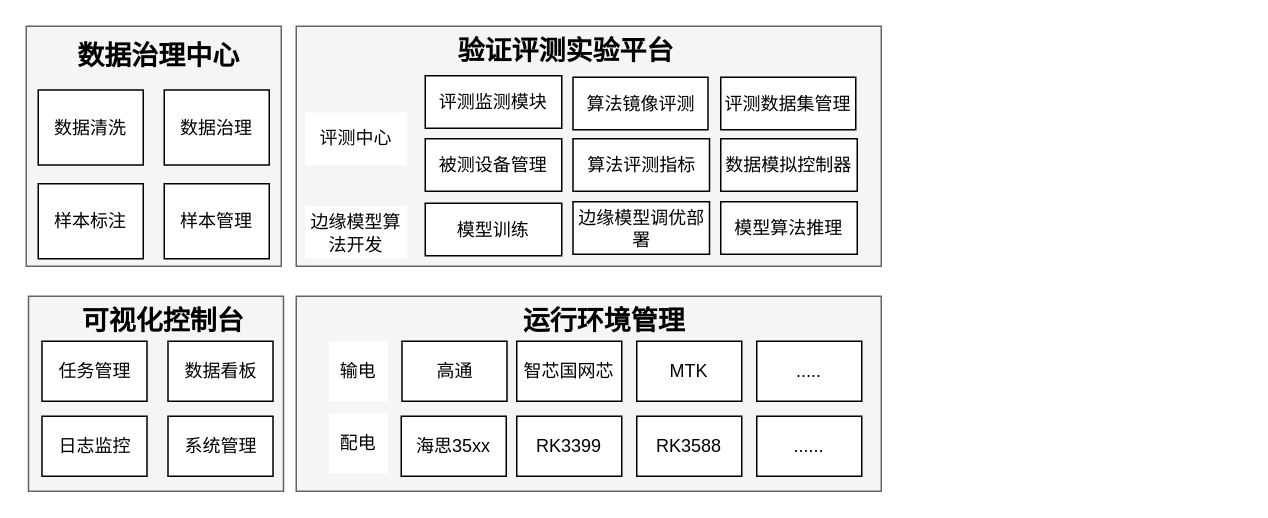
Earlier version of the draw.io diagram page "第 2 页" (2 of 2) of 验证实验评测平台4.0.drawio (paleblackless/diagrams). Source tidied: cells renumbered, new cells numbered last; positions are measured from the earlier drawing's top-left corner, leaving out a move shared by most shapes. Both pictures are drawn from the tidied source at 150%, with x=0, y=0 at pixel (26, 26).
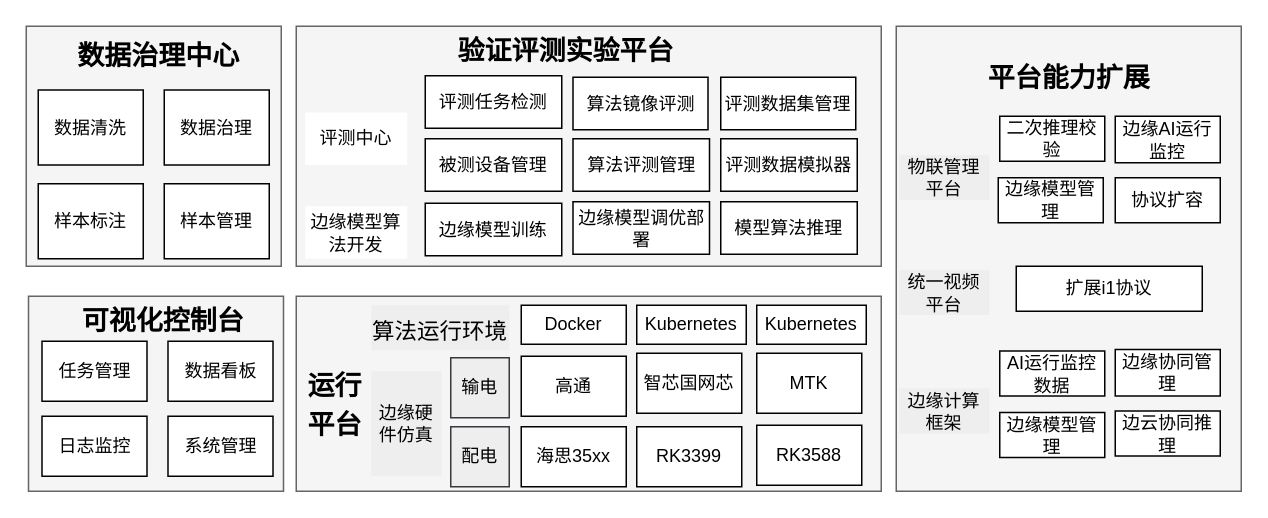
The same page after the edit.

Commit message (it also covers changes not shown here):
更新验证实验评测平台4.0.drawio

Unchanged cells that the change refers to:
```xml
<mxCell id="27" style="group;" parent="1" vertex="1">
  <mxGeometry x="180" width="390" height="160" as="geometry" />
</mxCell>
```

Diff of the diagram source:
```diff
@@
-    <mxCell id="10" value="&lt;font style=&quot;font-size: 18px;&quot;&gt;&lt;b&gt;运行环境管理&lt;/b&gt;&lt;/font&gt;" style="text;html=1;strokeColor=none;fillColor=none;align=center;verticalAlign=middle;whiteSpace=wrap;rounded=0;fontFamily=Helvetica;fontSize=21;" parent="1" vertex="1">
-      <mxGeometry x="311.5" y="180" width="147" height="30" as="geometry" />
+    <mxCell id="10" value="&lt;font style=&quot;font-size: 15px;&quot;&gt;算法运行环境&lt;/font&gt;" style="text;html=1;strokeColor=none;fillColor=#eeeeee;align=center;verticalAlign=middle;whiteSpace=wrap;rounded=0;fontFamily=Helvetica;fontSize=21;" parent="1" vertex="1">
+      <mxGeometry x="230" y="186" width="92" height="30" as="geometry" />
     </mxCell>
     <mxCell id="11" value="高通" style="rounded=0;whiteSpace=wrap;html=1;" parent="1" vertex="1">
-      <mxGeometry x="250.5" y="210" width="70" height="40" as="geometry" />
+      <mxGeometry x="330" y="220" width="70" height="40" as="geometry" />
     </mxCell>
     <mxCell id="12" value="智芯国网芯" style="rounded=0;whiteSpace=wrap;html=1;" parent="1" vertex="1">
-      <mxGeometry x="327" y="210" width="70" height="40" as="geometry" />
+      <mxGeometry x="407" y="218" width="70" height="40" as="geometry" />
     </mxCell>
     <mxCell id="13" value="MTK" style="rounded=0;whiteSpace=wrap;html=1;" parent="1" vertex="1">
-      <mxGeometry x="407" y="210" width="70" height="40" as="geometry" />
+      <mxGeometry x="487" y="218" width="70" height="40" as="geometry" />
     </mxCell>
     <mxCell id="14" value="海思35xx" style="rounded=0;whiteSpace=wrap;html=1;" parent="1" vertex="1">
-      <mxGeometry x="250" y="260" width="70" height="40" as="geometry" />
+      <mxGeometry x="330" y="267" width="70" height="40" as="geometry" />
     </mxCell>
     <mxCell id="15" value="RK3399" style="rounded=0;whiteSpace=wrap;html=1;" parent="1" vertex="1">
-      <mxGeometry x="327" y="260" width="70" height="40" as="geometry" />
+      <mxGeometry x="407" y="267" width="70" height="40" as="geometry" />
     </mxCell>
     <mxCell id="16" value="RK3588" style="rounded=0;whiteSpace=wrap;html=1;" parent="1" vertex="1">
-      <mxGeometry x="407" y="260" width="70" height="40" as="geometry" />
+      <mxGeometry x="487" y="266" width="70" height="40" as="geometry" />
     </mxCell>
-    <mxCell id="17" value="....." style="rounded=0;whiteSpace=wrap;html=1;" parent="1" vertex="1">
-      <mxGeometry x="487" y="210" width="70" height="40" as="geometry" />
-    </mxCell>
-    <mxCell id="18" value="......" style="rounded=0;whiteSpace=wrap;html=1;" parent="1" vertex="1">
-      <mxGeometry x="487" y="260" width="70" height="40" as="geometry" />
-    </mxCell>
-    <mxCell id="19" value="输电" style="rounded=0;whiteSpace=wrap;html=1;strokeColor=none;" parent="1" vertex="1">
-      <mxGeometry x="202" y="210" width="39" height="40" as="geometry" />
+    <mxCell id="19" value="输电" style="rounded=0;whiteSpace=wrap;html=1;strokeColor=#36393d;fillColor=#eeeeee;" parent="1" vertex="1">
+      <mxGeometry x="283" y="221" width="39" height="40" as="geometry" />
     </mxCell>
-    <mxCell id="20" value="配电" style="rounded=0;whiteSpace=wrap;html=1;strokeColor=none;" parent="1" vertex="1">
-      <mxGeometry x="202" y="258" width="39" height="40" as="geometry" />
+    <mxCell id="20" value="配电" style="rounded=0;whiteSpace=wrap;html=1;strokeColor=#36393d;fillColor=#eeeeee;" parent="1" vertex="1">
+      <mxGeometry x="283" y="267" width="39" height="40" as="geometry" />
     </mxCell>
@@
-    <mxCell id="31" value="评测监测模块" style="rounded=0;whiteSpace=wrap;html=1;strokeColor=default;" parent="27" vertex="1">
+    <mxCell id="31" value="评测任务检测" style="rounded=0;whiteSpace=wrap;html=1;strokeColor=default;" parent="27" vertex="1">
       <mxGeometry x="86" y="33" width="91" height="35" as="geometry" />
     </mxCell>
@@
-    <mxCell id="35" value="算法评测指标" style="rounded=0;whiteSpace=wrap;html=1;strokeColor=default;" parent="27" vertex="1">
+    <mxCell id="35" value="算法评测管理" style="rounded=0;whiteSpace=wrap;html=1;strokeColor=default;" parent="27" vertex="1">
       <mxGeometry x="184.5" y="75" width="91" height="35" as="geometry" />
     </mxCell>
-    <mxCell id="36" value="数据模拟控制器" style="rounded=0;whiteSpace=wrap;html=1;strokeColor=default;" parent="27" vertex="1">
+    <mxCell id="36" value="评测数据模拟器" style="rounded=0;whiteSpace=wrap;html=1;strokeColor=default;" parent="27" vertex="1">
       <mxGeometry x="283" y="75" width="91" height="35" as="geometry" />
     </mxCell>
@@
-    <mxCell id="38" value="模型训练" style="rounded=0;whiteSpace=wrap;html=1;strokeColor=default;" parent="27" vertex="1">
+    <mxCell id="38" value="边缘模型训练" style="rounded=0;whiteSpace=wrap;html=1;strokeColor=default;" parent="27" vertex="1">
       <mxGeometry x="86" y="118" width="91" height="35" as="geometry" />
     </mxCell>
@@
+    <mxCell id="41" value="Docker" style="rounded=0;whiteSpace=wrap;html=1;" parent="1" vertex="1">
+      <mxGeometry x="330" y="186" width="70" height="26" as="geometry" />
+    </mxCell>
+    <mxCell id="42" value="Kubernetes" style="rounded=0;whiteSpace=wrap;html=1;" parent="1" vertex="1">
+      <mxGeometry x="407" y="186" width="73" height="26" as="geometry" />
+    </mxCell>
+    <mxCell id="43" value="边缘硬件仿真" style="rounded=0;whiteSpace=wrap;html=1;strokeColor=none;fillColor=#eeeeee;" parent="1" vertex="1">
+      <mxGeometry x="230" y="230" width="46.9" height="70" as="geometry" />
+    </mxCell>
+    <mxCell id="44" value="Kubernetes" style="rounded=0;whiteSpace=wrap;html=1;" parent="1" vertex="1">
+      <mxGeometry x="487" y="186" width="73" height="26" as="geometry" />
+    </mxCell>
+    <mxCell id="45" value="&lt;span style=&quot;font-size: 18px;&quot;&gt;&lt;b&gt;运行平台&lt;/b&gt;&lt;/span&gt;" style="text;html=1;strokeColor=none;fillColor=none;align=center;verticalAlign=middle;whiteSpace=wrap;rounded=0;fontFamily=Helvetica;fontSize=21;" parent="1" vertex="1">
+      <mxGeometry x="180.5" y="236" width="49.5" height="30" as="geometry" />
+    </mxCell>
+    <mxCell id="46" style="rounded=0;whiteSpace=wrap;html=1;fillColor=#f5f5f5;fontColor=#333333;strokeColor=#666666;" parent="1" vertex="1">
+      <mxGeometry x="580" width="230" height="310" as="geometry" />
+    </mxCell>
+    <mxCell id="47" value="边缘AI运行监控" style="rounded=0;whiteSpace=wrap;html=1;" parent="1" vertex="1">
+      <mxGeometry x="726" y="60" width="70" height="31" as="geometry" />
+    </mxCell>
+    <mxCell id="48" value="&lt;font style=&quot;font-size: 18px;&quot;&gt;&lt;b&gt;平台能力扩展&lt;/b&gt;&lt;/font&gt;" style="text;html=1;strokeColor=none;fillColor=none;align=center;verticalAlign=middle;whiteSpace=wrap;rounded=0;fontFamily=Helvetica;fontSize=21;" parent="1" vertex="1">
+      <mxGeometry x="621.5" y="20" width="147" height="25" as="geometry" />
+    </mxCell>
+    <mxCell id="49" value="二次推理校验" style="rounded=0;whiteSpace=wrap;html=1;" parent="1" vertex="1">
+      <mxGeometry x="649" y="60" width="70" height="30" as="geometry" />
+    </mxCell>
+    <mxCell id="50" value="协议扩容" style="rounded=0;whiteSpace=wrap;html=1;" parent="1" vertex="1">
+      <mxGeometry x="726" y="101" width="70" height="30" as="geometry" />
+    </mxCell>
+    <mxCell id="51" value="边缘模型管理" style="rounded=0;whiteSpace=wrap;html=1;" parent="1" vertex="1">
+      <mxGeometry x="648" y="101" width="70" height="30" as="geometry" />
+    </mxCell>
+    <mxCell id="52" value="物联管理平台" style="text;html=1;strokeColor=none;fillColor=#eeeeee;align=center;verticalAlign=middle;whiteSpace=wrap;rounded=0;" parent="1" vertex="1">
+      <mxGeometry x="582" y="86" width="60" height="30" as="geometry" />
+    </mxCell>
+    <mxCell id="53" value="扩展i1协议" style="rounded=0;whiteSpace=wrap;html=1;" parent="1" vertex="1">
+      <mxGeometry x="660" y="160" width="124" height="30" as="geometry" />
+    </mxCell>
+    <mxCell id="54" value="统一视频平台" style="text;html=1;strokeColor=none;fillColor=#eeeeee;align=center;verticalAlign=middle;whiteSpace=wrap;rounded=0;" parent="1" vertex="1">
+      <mxGeometry x="582" y="162.5" width="60" height="30" as="geometry" />
+    </mxCell>
+    <mxCell id="55" value="边缘协同管理" style="rounded=0;whiteSpace=wrap;html=1;" parent="1" vertex="1">
+      <mxGeometry x="726" y="215.5" width="70" height="31" as="geometry" />
+    </mxCell>
+    <mxCell id="56" value="AI运行监控数据" style="rounded=0;whiteSpace=wrap;html=1;" parent="1" vertex="1">
+      <mxGeometry x="649" y="216.5" width="70" height="30" as="geometry" />
+    </mxCell>
+    <mxCell id="57" value="边云协同推理" style="rounded=0;whiteSpace=wrap;html=1;" parent="1" vertex="1">
+      <mxGeometry x="726" y="256.5" width="70" height="30" as="geometry" />
+    </mxCell>
+    <mxCell id="58" value="边缘模型管理" style="rounded=0;whiteSpace=wrap;html=1;" parent="1" vertex="1">
+      <mxGeometry x="649" y="257.5" width="70" height="30" as="geometry" />
+    </mxCell>
+    <mxCell id="59" value="边缘计算框架" style="text;html=1;strokeColor=none;fillColor=#eeeeee;align=center;verticalAlign=middle;whiteSpace=wrap;rounded=0;" parent="1" vertex="1">
+      <mxGeometry x="582" y="241.5" width="60" height="30" as="geometry" />
+    </mxCell>
```
